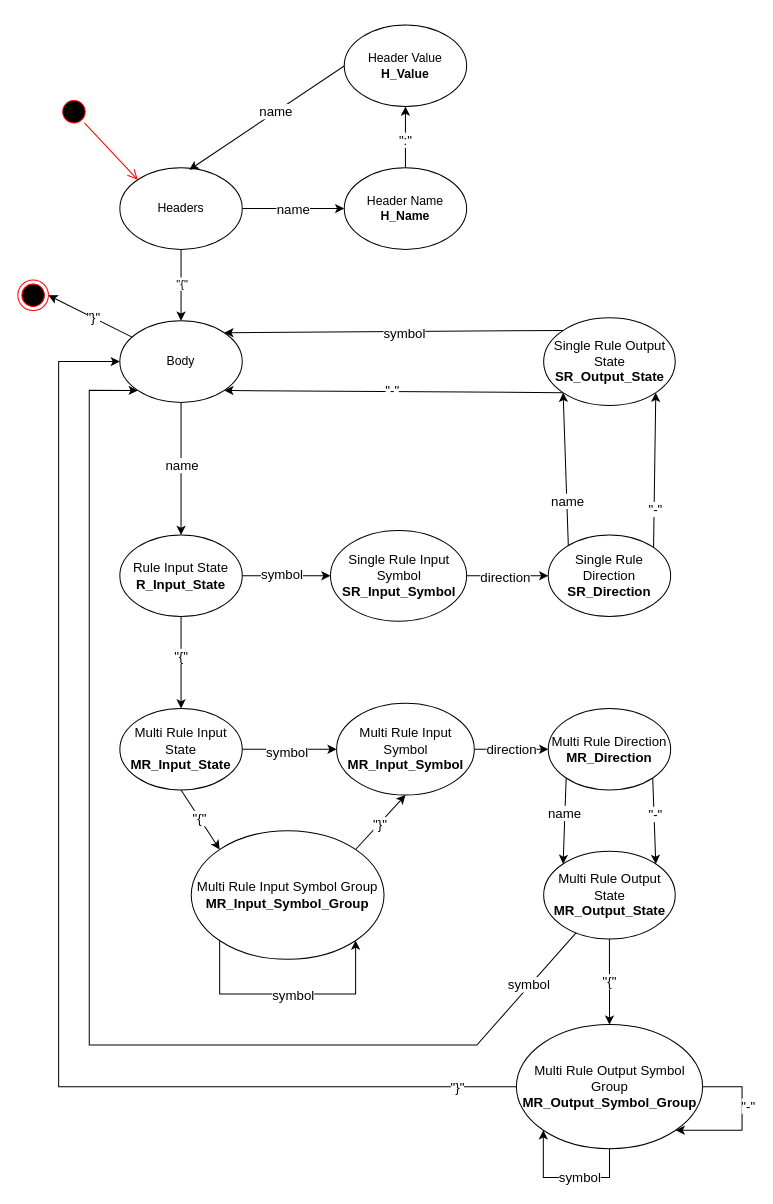
Earlier version of the draw.io diagram tm_syntax.drawio (dtokos/turing-machine). Source tidied: cells renumbered, new cells numbered last; positions are measured from the earlier drawing's top-left corner, leaving out a move shared by most shapes. Both pictures are drawn from the tidied source at 102%, with x=0, y=0 at pixel (17, 24).
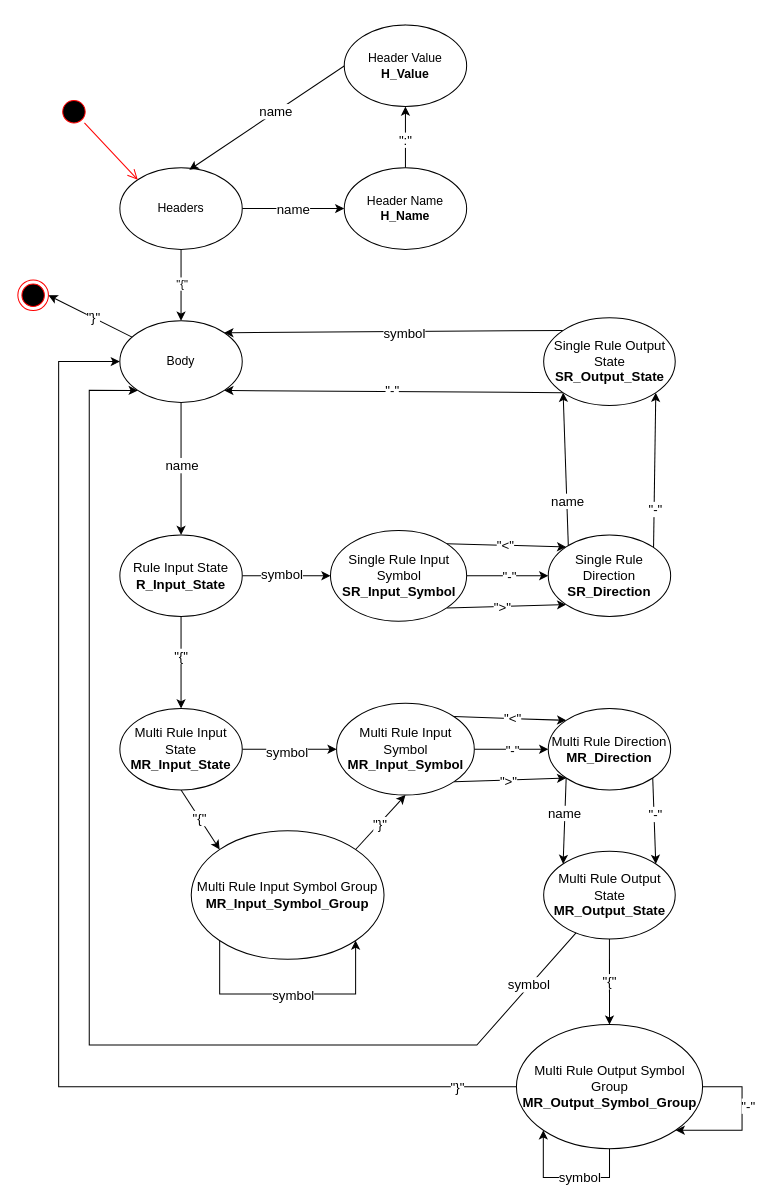
Above is the later version.

Commit message (it also covers changes not shown here):
Updated syntax diagram

Unchanged cells that the change refers to:
```xml
<mxCell id="28" value="Single Rule Input Symbol&lt;br&gt;&lt;b&gt;SR_Input_Symbol&lt;/b&gt;" style="ellipse;whiteSpace=wrap;html=1;fontSize=13;" parent="1" vertex="1">
  <mxGeometry x="306.5" y="495.5" width="133.5" height="89" as="geometry" />
</mxCell>
<mxCell id="33" value="Single Rule Direction&lt;br&gt;&lt;b&gt;SR_Direction&lt;/b&gt;" style="ellipse;whiteSpace=wrap;html=1;fontSize=13;" parent="1" vertex="1">
  <mxGeometry x="520" y="500" width="120" height="80" as="geometry" />
</mxCell>
<mxCell id="45" value="Multi Rule Input Symbol&lt;br&gt;&lt;b&gt;MR_Input_Symbol&lt;/b&gt;" style="ellipse;whiteSpace=wrap;html=1;fontSize=13;" parent="1" vertex="1">
  <mxGeometry x="312.5" y="665" width="135" height="90" as="geometry" />
</mxCell>
<mxCell id="55" value="Multi Rule Direction&lt;br&gt;&lt;b&gt;MR_Direction&lt;/b&gt;" style="ellipse;whiteSpace=wrap;html=1;shadow=0;fontSize=13;" parent="1" vertex="1">
  <mxGeometry x="520" y="670" width="120" height="80" as="geometry" />
</mxCell>
```

Diff of the diagram source:
```diff
@@
-    <mxCell id="26" style="edgeStyle=none;rounded=0;jettySize=auto;html=1;entryX=0;entryY=0.5;entryDx=0;entryDy=0;fontSize=13;" parent="1" edge="1" source="28" target="33">
+    <mxCell id="26" style="edgeStyle=none;rounded=0;jettySize=auto;html=1;fontSize=13;exitX=1;exitY=1;exitDx=0;exitDy=0;entryX=0;entryY=1;entryDx=0;entryDy=0;" parent="1" edge="1" source="28" target="33">
       <mxGeometry relative="1" as="geometry" />
     </mxCell>
-    <mxCell id="27" value="direction" style="edgeLabel;html=1;align=center;verticalAlign=middle;fontSize=13;" parent="26" vertex="1">
+    <mxCell id="27" value="&quot;&amp;gt;&quot;" style="edgeLabel;html=1;align=center;verticalAlign=middle;fontSize=13;" parent="26" vertex="1">
       <mxGeometry x="-0.07" y="-1" relative="1" as="geometry" />
     </mxCell>
+    <mxCell id="68" style="rounded=0;jettySize=auto;html=1;exitX=1;exitY=0;exitDx=0;exitDy=0;entryX=0;entryY=0;entryDx=0;entryDy=0;" parent="1" edge="1" source="28" target="33">
+      <mxGeometry relative="1" as="geometry" />
+    </mxCell>
+    <mxCell id="69" value="&quot;&amp;lt;&quot;" style="edgeLabel;html=1;align=center;verticalAlign=middle;fontSize=13;" parent="68" vertex="1">
+      <mxGeometry x="-0.03" y="1" relative="1" as="geometry" />
+    </mxCell>
+    <mxCell id="70" style="rounded=0;jettySize=auto;html=1;exitX=1;exitY=0.5;exitDx=0;exitDy=0;entryX=0;entryY=0.5;entryDx=0;entryDy=0;fontSize=13;" parent="1" edge="1" source="28" target="33">
+      <mxGeometry relative="1" as="geometry" />
+    </mxCell>
+    <mxCell id="71" value="&quot;-&quot;" style="edgeLabel;html=1;align=center;verticalAlign=middle;fontSize=13;" parent="70" vertex="1">
+      <mxGeometry x="0.03" relative="1" as="geometry" />
+    </mxCell>
@@
-    <mxCell id="44" value="direction" style="rounded=0;jettySize=auto;elbow=vertical;html=1;entryX=0;entryY=0.5;entryDx=0;entryDy=0;fontSize=13;exitX=1;exitY=0.5;exitDx=0;exitDy=0;" parent="1" edge="1" source="45" target="55">
-      <mxGeometry relative="1" as="geometry" />
-    </mxCell>
+    <mxCell id="72" style="edgeStyle=none;rounded=0;jettySize=auto;html=1;exitX=1;exitY=1;exitDx=0;exitDy=0;entryX=0;entryY=1;entryDx=0;entryDy=0;fontSize=13;" parent="1" edge="1" source="45" target="55">
+      <mxGeometry relative="1" as="geometry" />
+    </mxCell>
+    <mxCell id="73" value="&quot;&amp;gt;&quot;" style="edgeLabel;html=1;align=center;verticalAlign=middle;fontSize=13;" parent="72" vertex="1">
+      <mxGeometry x="-0.03" y="-1" relative="1" as="geometry" />
+    </mxCell>
+    <mxCell id="74" style="edgeStyle=none;rounded=0;jettySize=auto;html=1;exitX=1;exitY=0;exitDx=0;exitDy=0;entryX=0;entryY=0;entryDx=0;entryDy=0;fontSize=13;" parent="1" edge="1" source="45" target="55">
+      <mxGeometry relative="1" as="geometry" />
+    </mxCell>
+    <mxCell id="75" value="&quot;&amp;lt;&quot;" style="edgeLabel;html=1;align=center;verticalAlign=middle;fontSize=13;" parent="74" vertex="1">
+      <mxGeometry x="0.03" relative="1" as="geometry" />
+    </mxCell>
+    <mxCell id="76" style="edgeStyle=none;rounded=0;jettySize=auto;html=1;exitX=1;exitY=0.5;exitDx=0;exitDy=0;entryX=0;entryY=0.5;entryDx=0;entryDy=0;fontSize=13;" parent="1" edge="1" source="45" target="55">
+      <mxGeometry relative="1" as="geometry" />
+    </mxCell>
+    <mxCell id="77" value="&quot;-&quot;" style="edgeLabel;html=1;align=center;verticalAlign=middle;fontSize=13;" parent="76" vertex="1">
+      <mxGeometry x="0.02" relative="1" as="geometry" />
+    </mxCell>
```
